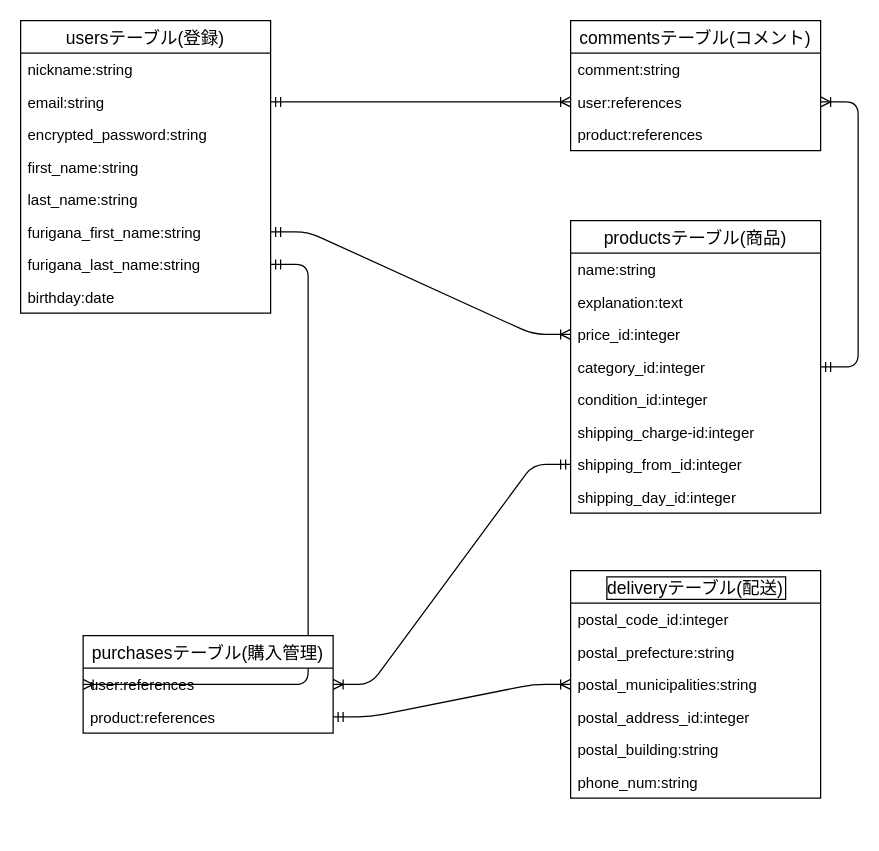
Before: furima-29386.drawio in Komatsuzaki1935/furima-29386, a draw.io diagram. Source tidied: cells renumbered, new cells numbered last; positions are measured from the earlier drawing's top-left corner, leaving out a move shared by most shapes. Both pictures are drawn from the tidied source at 125%, with x=0, y=0 at pixel (20, 20).
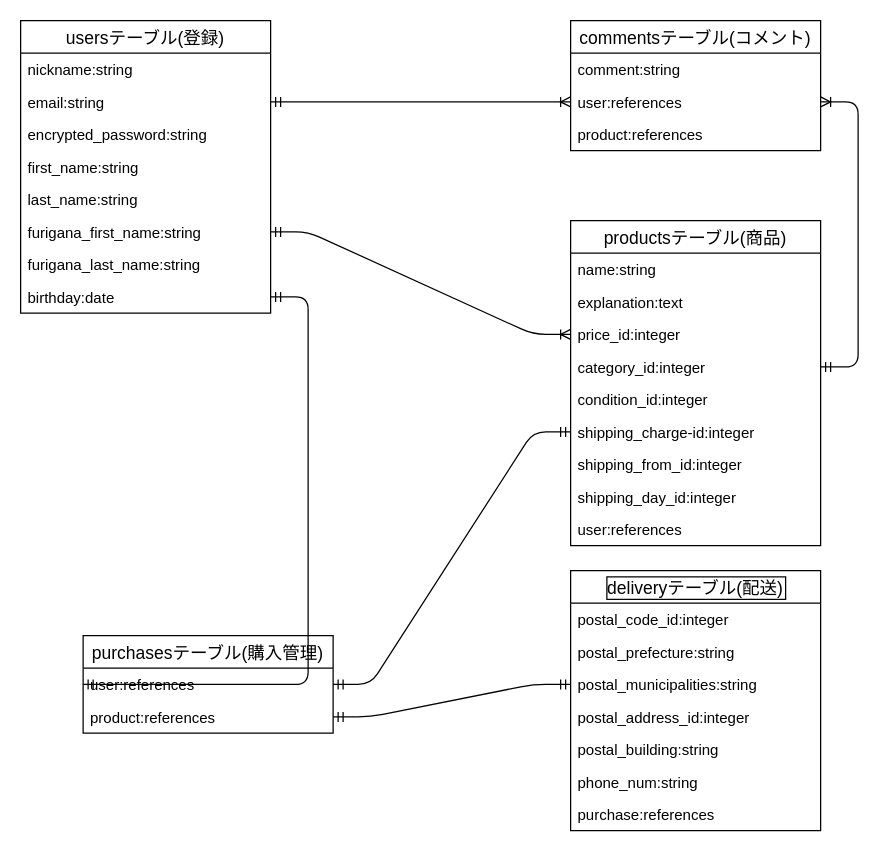
The same page after the edit.

Commit message (it also covers changes not shown here):
外部キーによるカラムの追加とアソシエーションの修正

Unchanged cells that the change refers to:
```xml
<mxCell id="12" value="furigana_last_name:string" style="text;strokeColor=none;fillColor=none;spacingLeft=4;spacingRight=4;overflow=hidden;points=[[0,0.5],[1,0.5]];portConstraint=eastwest;fontSize=12;" parent="5" vertex="1">
  <mxGeometry y="182" width="200" height="26" as="geometry" />
</mxCell>
<mxCell id="13" value="birthday:date" style="text;strokeColor=none;fillColor=none;spacingLeft=4;spacingRight=4;overflow=hidden;points=[[0,0.5],[1,0.5]];portConstraint=eastwest;fontSize=12;" parent="5" vertex="1">
  <mxGeometry y="208" width="200" height="26" as="geometry" />
</mxCell>
<mxCell id="24" value="shipping_charge-id:integer" style="text;strokeColor=none;fillColor=none;spacingLeft=4;spacingRight=4;overflow=hidden;points=[[0,0.5],[1,0.5]];portConstraint=eastwest;fontSize=12;" parent="18" vertex="1">
  <mxGeometry y="156" width="200" height="26" as="geometry" />
</mxCell>
<mxCell id="25" value="shipping_from_id:integer" style="text;strokeColor=none;fillColor=none;spacingLeft=4;spacingRight=4;overflow=hidden;points=[[0,0.5],[1,0.5]];portConstraint=eastwest;fontSize=12;" parent="18" vertex="1">
  <mxGeometry y="182" width="200" height="26" as="geometry" />
</mxCell>
<mxCell id="30" value="postal_municipalities:string" style="text;strokeColor=none;fillColor=none;spacingLeft=4;spacingRight=4;overflow=hidden;points=[[0,0.5],[1,0.5]];portConstraint=eastwest;fontSize=12;" parent="27" vertex="1">
  <mxGeometry y="78" width="200" height="26" as="geometry" />
</mxCell>
<mxCell id="37" value="user:references&#10;" style="text;strokeColor=none;fillColor=none;spacingLeft=4;spacingRight=4;overflow=hidden;points=[[0,0.5],[1,0.5]];portConstraint=eastwest;fontSize=12;" parent="36" vertex="1">
  <mxGeometry y="26" width="200" height="26" as="geometry" />
</mxCell>
<mxCell id="38" value="product:references" style="text;strokeColor=none;fillColor=none;spacingLeft=4;spacingRight=4;overflow=hidden;points=[[0,0.5],[1,0.5]];portConstraint=eastwest;fontSize=12;" parent="36" vertex="1">
  <mxGeometry y="52" width="200" height="26" as="geometry" />
</mxCell>
```

What changed in the source:
```diff
@@
     <mxCell id="18" value="productsテーブル(商品)" style="swimlane;fontStyle=0;horizontal=1;startSize=26;align=center;fontSize=14;" parent="1" vertex="1">
-      <mxGeometry x="440" y="160" width="200" height="234" as="geometry" />
+      <mxGeometry x="440" y="160" width="200" height="260" as="geometry" />
     </mxCell>
@@
+    <mxCell id="40" value="user:references" style="text;strokeColor=none;fillColor=none;spacingLeft=4;spacingRight=4;overflow=hidden;fontSize=12;" parent="18" vertex="1">
+      <mxGeometry y="234" width="200" height="26" as="geometry" />
+    </mxCell>
     <mxCell id="27" value="deliveryテーブル(配送)" style="swimlane;fontStyle=0;horizontal=1;startSize=26;align=center;fontSize=14;labelBorderColor=#000000;" parent="1" vertex="1">
-      <mxGeometry x="440" y="440" width="200" height="182" as="geometry" />
+      <mxGeometry x="440" y="440" width="200" height="208" as="geometry" />
     </mxCell>
@@
-    <mxCell id="34" style="edgeStyle=entityRelationEdgeStyle;fontSize=12;html=1;endArrow=ERoneToMany;startArrow=ERmandOne;" parent="1" edge="1" source="38" target="30">
-      <mxGeometry relative="1" as="geometry" />
-    </mxCell>
-    <mxCell id="35" style="edgeStyle=entityRelationEdgeStyle;fontSize=12;html=1;endArrow=ERoneToMany;startArrow=ERmandOne;entryX=0;entryY=0.5;entryDx=0;entryDy=0;" parent="1" edge="1" source="12" target="37">
-      <mxGeometry relative="1" as="geometry" />
-    </mxCell>
+    <mxCell id="41" value="purchase:references" style="text;strokeColor=none;fillColor=none;spacingLeft=4;spacingRight=4;overflow=hidden;fontSize=12;" parent="27" vertex="1">
+      <mxGeometry y="182" width="200" height="26" as="geometry" />
+    </mxCell>
@@
-    <mxCell id="39" style="edgeStyle=entityRelationEdgeStyle;fontSize=12;html=1;endArrow=ERoneToMany;startArrow=ERmandOne;" parent="1" edge="1" source="25" target="37">
-      <mxGeometry relative="1" as="geometry" />
-    </mxCell>
+    <mxCell id="42" style="edgeStyle=entityRelationEdgeStyle;fontSize=12;html=1;endArrow=ERmandOne;startArrow=ERmandOne;" parent="1" edge="1" source="37" target="24">
+      <mxGeometry relative="1" as="geometry" />
+    </mxCell>
+    <mxCell id="34" style="edgeStyle=entityRelationEdgeStyle;fontSize=12;html=1;endArrow=ERmandOne;startArrow=ERmandOne;" parent="1" edge="1" source="38" target="30">
+      <mxGeometry relative="1" as="geometry" />
+    </mxCell>
+    <mxCell id="43" style="edgeStyle=entityRelationEdgeStyle;fontSize=12;html=1;endArrow=ERmandOne;startArrow=ERmandOne;entryX=0;entryY=0.5;entryDx=0;entryDy=0;" parent="1" edge="1" source="13" target="37">
+      <mxGeometry relative="1" as="geometry" />
+    </mxCell>
```
